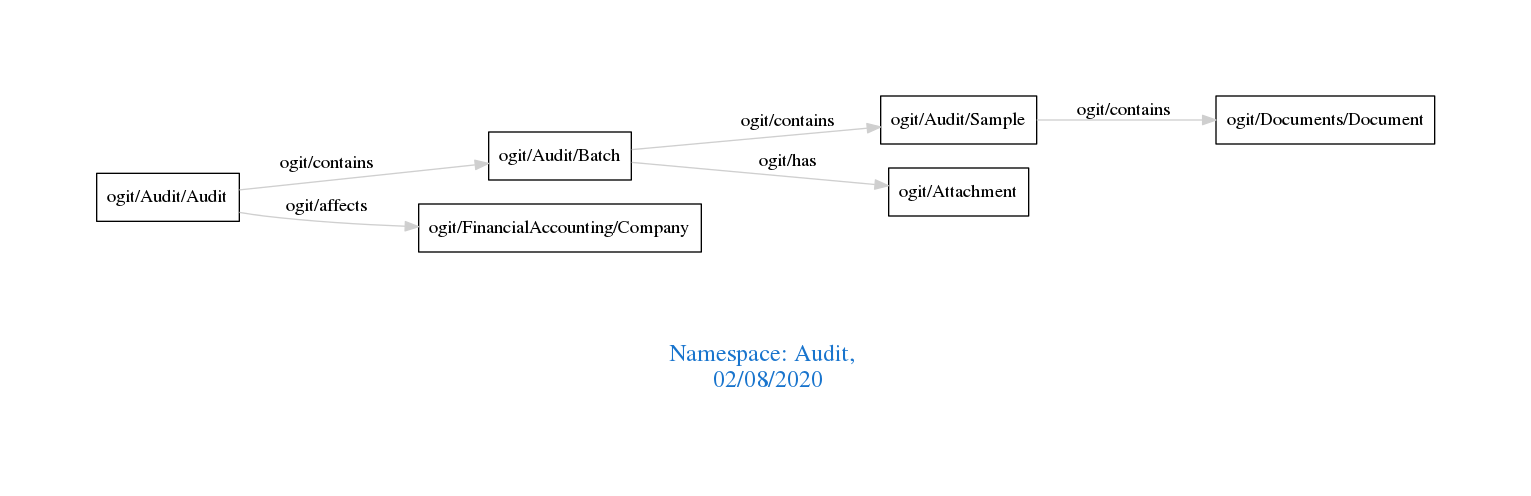
Above: downloads/Audit.png in arago/OGIT (Graphviz), before the change. Its source is kept beside it as downloads/Audit.dot.
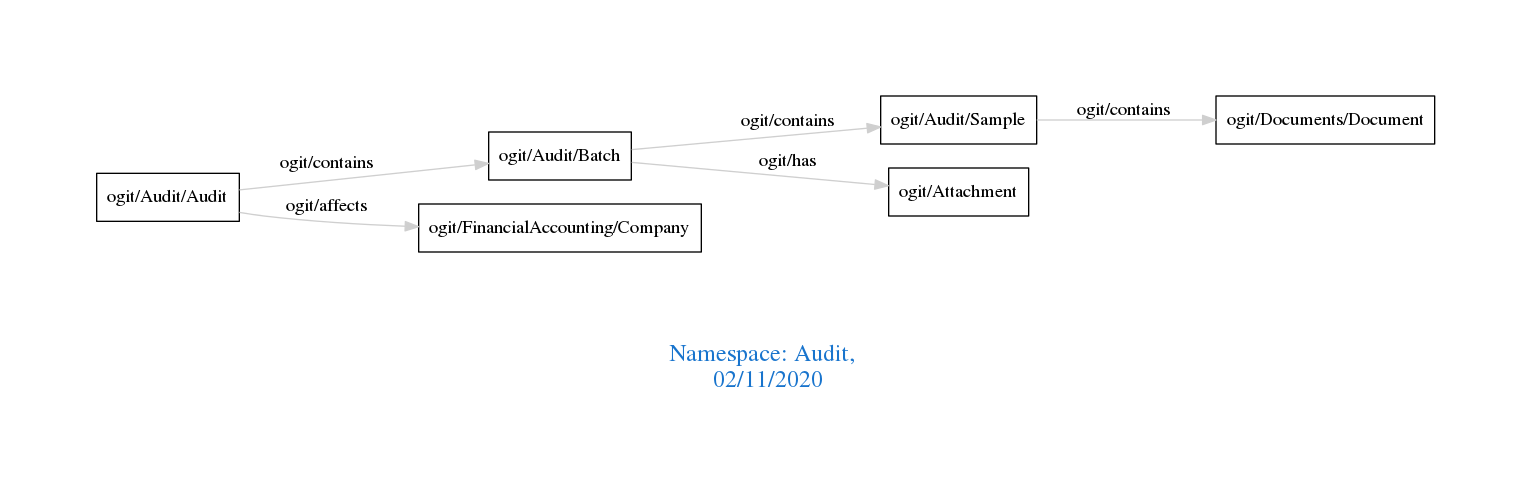
The same diagram one commit later.

Change to the diagram source:
```diff
@@ -1,7 +1,7 @@
 digraph OGIT_ontology {
  graph [ rankdir= LR,pad=1
 fontsize = 18,
-fontcolor= dodgerblue3,label = "\n\n\nNamespace: Audit, \n 02/08/2020"];
+fontcolor= dodgerblue3,label = "\n\n\nNamespace: Audit, \n 02/11/2020"];
 node[shape=polygon];
 edge [  color="gray81"];
 
```
